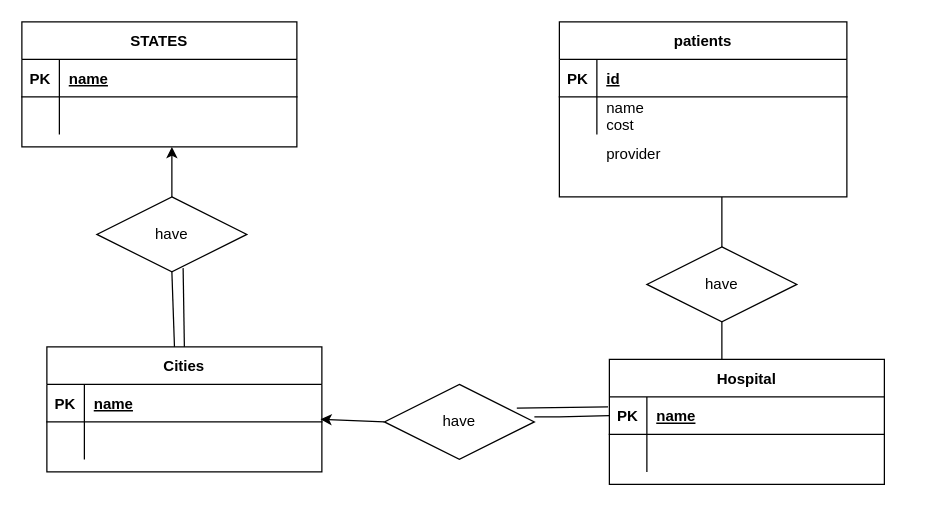
Earlier version of the draw.io diagram HW1PART2.drawio (MarionetteSHF/data_wrangling_i). Source tidied: cells renumbered, new cells numbered last; positions are measured from the earlier drawing's top-left corner, leaving out a move shared by most shapes. Both pictures are drawn from the tidied source at 125%, with x=0, y=0 at pixel (21, 21).
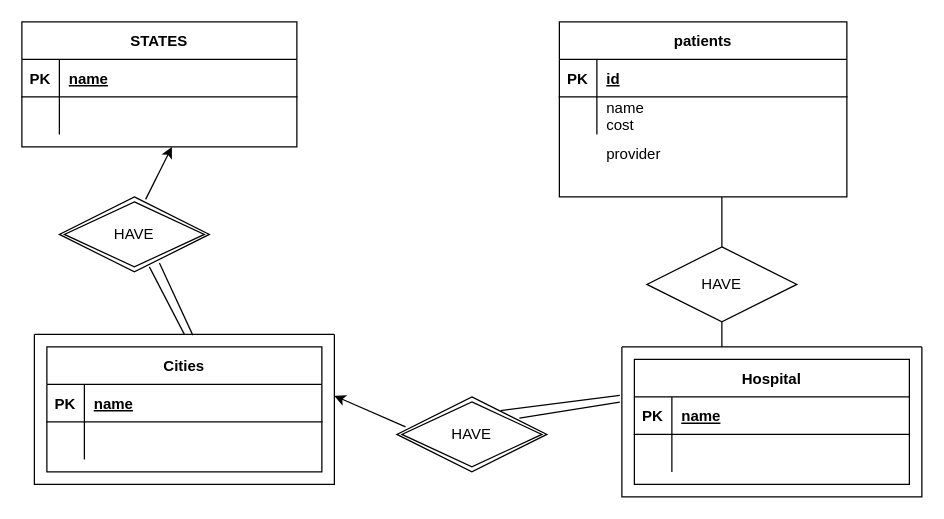
After the change.

The change refers to these unchanged cells:
```xml
<mxCell id="12" value="Cities" style="shape=table;startSize=30;childLayout=tableLayout;rowLines=0;fontStyle=1;align=center;" parent="1" vertex="1">
  <mxGeometry x="20" y="260" width="220" height="100" as="geometry" />
</mxCell>
<mxCell id="16" style="shape=partialRectangle;fillColor=none;points=[[0,0.5],[1,0.5]];portConstraint=eastwest;top=0;left=0;right=0;bottom=0;" parent="12" vertex="1">
  <mxGeometry y="60" width="220" height="30" as="geometry" />
</mxCell>
<mxCell id="23" style="shape=partialRectangle;fillColor=none;points=[[0,0.5],[1,0.5]];portConstraint=eastwest;top=0;left=0;right=0;bottom=1;" parent="22" vertex="1">
  <mxGeometry y="30" width="220" height="30" as="geometry" />
</mxCell>
```

The edit, as a diff of the source:
```diff
@@
-    <mxCell id="9" style="endArrow=classic;html=1;rounded=0;exitX=0.5;exitY=0;exitDx=0;exitDy=0;" parent="1" edge="1" source="11">
+    <mxCell id="9" style="endArrow=classic;html=1;rounded=0;exitX=0.575;exitY=0.033;exitDx=0;exitDy=0;exitPerimeter=0;" parent="1" edge="1" source="43">
       <mxGeometry relative="1" as="geometry">
         <mxPoint x="120" y="100" as="targetPoint" />
       </mxGeometry>
     </mxCell>
-    <mxCell id="10" style="endArrow=none;html=1;rounded=0;entryX=0.5;entryY=1;entryDx=0;entryDy=0;exitX=0.464;exitY=0;exitDx=0;exitDy=0;exitPerimeter=0;" parent="1" edge="1" source="12" target="11">
+    <mxCell id="10" style="endArrow=none;html=1;rounded=0;entryX=0.6;entryY=0.933;entryDx=0;entryDy=0;exitX=0.5;exitY=0;exitDx=0;exitDy=0;entryPerimeter=0;" parent="1" edge="1" source="42" target="43">
       <mxGeometry relative="1" as="geometry" />
     </mxCell>
-    <mxCell id="11" value="have" style="shape=rhombus;perimeter=rhombusPerimeter;whiteSpace=wrap;html=1;align=center;" parent="1" vertex="1">
-      <mxGeometry x="60" y="140" width="120" height="60" as="geometry" />
-    </mxCell>
@@
-    <mxCell id="19" style="endArrow=classic;html=1;rounded=0;exitX=0;exitY=0.5;exitDx=0;exitDy=0;entryX=0.995;entryY=-0.067;entryDx=0;entryDy=0;entryPerimeter=0;" parent="1" edge="1" source="20" target="16">
+    <mxCell id="19" style="endArrow=classic;html=1;rounded=0;exitX=0.058;exitY=0.4;exitDx=0;exitDy=0;entryX=1;entryY=0.41;entryDx=0;entryDy=0;entryPerimeter=0;exitPerimeter=0;" parent="1" edge="1" source="44" target="42">
       <mxGeometry relative="1" as="geometry" />
     </mxCell>
-    <mxCell id="20" value="have" style="shape=rhombus;perimeter=rhombusPerimeter;whiteSpace=wrap;html=1;align=center;" parent="1" vertex="1">
-      <mxGeometry x="290" y="290" width="120" height="60" as="geometry" />
-    </mxCell>
-    <mxCell id="21" style="endArrow=none;html=1;rounded=0;exitX=0;exitY=0.5;exitDx=0;exitDy=0;" parent="1" edge="1" source="23">
-      <mxGeometry relative="1" as="geometry">
-        <mxPoint x="410" y="316" as="targetPoint" />
-        <Array as="points">
-          <mxPoint x="430" y="316" />
-        </Array>
-      </mxGeometry>
+    <mxCell id="21" style="endArrow=none;html=1;rounded=0;exitX=-0.007;exitY=0.369;exitDx=0;exitDy=0;entryX=0.817;entryY=0.283;entryDx=0;entryDy=0;entryPerimeter=0;exitPerimeter=0;" parent="1" edge="1" source="45" target="44">
+      <mxGeometry relative="1" as="geometry" />
     </mxCell>
     <mxCell id="22" value="Hospital" style="shape=table;startSize=30;childLayout=tableLayout;rowLines=0;fontStyle=1;align=center;" parent="1" vertex="1">
-      <mxGeometry x="470" y="270" width="220" height="100" as="geometry" />
+      <mxGeometry x="490" y="270" width="220" height="100" as="geometry" />
     </mxCell>
@@
-    <mxCell id="29" value="have" style="shape=rhombus;perimeter=rhombusPerimeter;whiteSpace=wrap;html=1;align=center;" parent="1" vertex="1">
+    <mxCell id="29" value="HAVE" style="shape=rhombus;perimeter=rhombusPerimeter;whiteSpace=wrap;html=1;align=center;" parent="1" vertex="1">
       <mxGeometry x="500" y="180" width="120" height="60" as="geometry" />
     </mxCell>
@@
-    <mxCell id="38" style="endArrow=none;html=1;rounded=0;entryX=0.575;entryY=0.95;entryDx=0;entryDy=0;exitX=0.5;exitY=0;exitDx=0;exitDy=0;entryPerimeter=0;" parent="1" edge="1" source="12" target="11">
+    <mxCell id="38" style="endArrow=none;html=1;rounded=0;entryX=0.667;entryY=0.883;entryDx=0;entryDy=0;exitX=0.528;exitY=0.005;exitDx=0;exitDy=0;entryPerimeter=0;exitPerimeter=0;" parent="1" edge="1" source="42" target="43">
       <mxGeometry relative="1" as="geometry" />
     </mxCell>
-    <mxCell id="39" style="endArrow=none;html=1;rounded=0;entryX=0.883;entryY=0.317;entryDx=0;entryDy=0;exitX=-0.005;exitY=0.267;exitDx=0;exitDy=0;entryPerimeter=0;exitPerimeter=0;" parent="1" edge="1" source="23" target="20">
+    <mxCell id="39" style="endArrow=none;html=1;rounded=0;entryX=0.692;entryY=0.183;entryDx=0;entryDy=0;exitX=-0.007;exitY=0.323;exitDx=0;exitDy=0;entryPerimeter=0;exitPerimeter=0;" parent="1" edge="1" source="45" target="44">
       <mxGeometry relative="1" as="geometry" />
     </mxCell>
@@
     <mxCell id="41" style="endArrow=none;html=1;rounded=0;entryX=0.5;entryY=1;entryDx=0;entryDy=0;" parent="1" edge="1" target="29">
       <mxGeometry relative="1" as="geometry">
-        <mxPoint x="560" y="270" as="sourcePoint" />
+        <mxPoint x="560" y="260" as="sourcePoint" />
       </mxGeometry>
     </mxCell>
+    <mxCell id="42" style="swimlane;startSize=0;" parent="1" vertex="1">
+      <mxGeometry x="10" y="250" width="240" height="120" as="geometry" />
+    </mxCell>
+    <mxCell id="43" value="HAVE" style="shape=rhombus;double=1;perimeter=rhombusPerimeter;whiteSpace=wrap;html=1;align=center;" parent="1" vertex="1">
+      <mxGeometry x="30" y="140" width="120" height="60" as="geometry" />
+    </mxCell>
+    <mxCell id="44" value="HAVE" style="shape=rhombus;double=1;perimeter=rhombusPerimeter;whiteSpace=wrap;html=1;align=center;" parent="1" vertex="1">
+      <mxGeometry x="300" y="300" width="120" height="60" as="geometry" />
+    </mxCell>
+    <mxCell id="45" style="swimlane;startSize=0;" parent="1" vertex="1">
+      <mxGeometry x="480" y="260" width="240" height="120" as="geometry" />
+    </mxCell>
```
